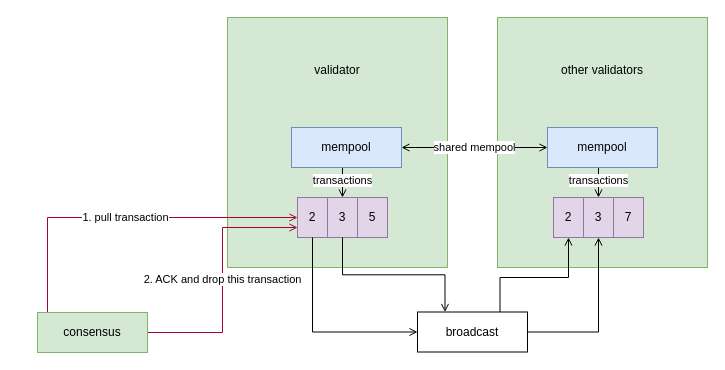
Before: libra-mempool.drawio in abserari/draw.io, a draw.io diagram. Source tidied: cells renumbered, new cells numbered last; positions are measured from the earlier drawing's top-left corner, leaving out a move shared by most shapes. Both pictures are drawn from the tidied source at 100%, with x=0, y=0 at pixel (37, 17).
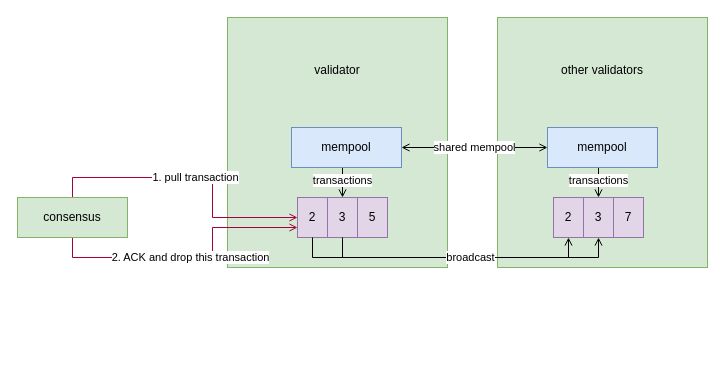
After the change.

The change refers to these unchanged cells:
```xml
<mxCell id="8" value="2" style="rounded=0;whiteSpace=wrap;html=1;fillColor=#e1d5e7;strokeColor=#9673a6;" parent="7" vertex="1">
  <mxGeometry width="30" height="40" as="geometry" />
</mxCell>
<mxCell id="9" value="3" style="rounded=0;whiteSpace=wrap;html=1;fillColor=#e1d5e7;strokeColor=#9673a6;" parent="7" vertex="1">
  <mxGeometry x="30" width="30" height="40" as="geometry" />
</mxCell>
<mxCell id="22" value="2" style="rounded=0;whiteSpace=wrap;html=1;fillColor=#e1d5e7;strokeColor=#9673a6;" parent="21" vertex="1">
  <mxGeometry width="30" height="40" as="geometry" />
</mxCell>
<mxCell id="23" value="3" style="rounded=0;whiteSpace=wrap;html=1;fillColor=#e1d5e7;strokeColor=#9673a6;" parent="21" vertex="1">
  <mxGeometry x="30" width="30" height="40" as="geometry" />
</mxCell>
```

Diff of the diagram source:
```diff
@@
-    <mxCell id="11" style="edgeStyle=orthogonalEdgeStyle;rounded=0;jettySize=auto;html=1;exitX=0.5;exitY=1;exitDx=0;exitDy=0;endArrow=open;endFill=0;entryX=0;entryY=0.5;entryDx=0;entryDy=0;" parent="1" edge="1" source="8" target="15">
+    <mxCell id="11" style="edgeStyle=orthogonalEdgeStyle;rounded=0;jettySize=auto;html=1;exitX=0.5;exitY=1;exitDx=0;exitDy=0;endArrow=open;endFill=0;entryX=0.5;entryY=1;entryDx=0;entryDy=0;" parent="1" edge="1" source="8" target="22">
       <mxGeometry relative="1" as="geometry" />
     </mxCell>
-    <mxCell id="12" style="edgeStyle=orthogonalEdgeStyle;rounded=0;jettySize=auto;html=1;exitX=0.5;exitY=1;exitDx=0;exitDy=0;endArrow=open;endFill=0;entryX=0.25;entryY=0;entryDx=0;entryDy=0;" parent="1" edge="1" source="9" target="15">
-      <mxGeometry relative="1" as="geometry" />
-    </mxCell>
-    <mxCell id="13" style="edgeStyle=orthogonalEdgeStyle;rounded=0;jettySize=auto;html=1;exitX=0.75;exitY=0;exitDx=0;exitDy=0;entryX=0.5;entryY=1;entryDx=0;entryDy=0;endArrow=open;endFill=0;" parent="1" edge="1" source="15" target="22">
-      <mxGeometry relative="1" as="geometry">
-        <Array as="points">
-          <mxPoint x="463" y="260" />
-          <mxPoint x="531" y="260" />
-        </Array>
-      </mxGeometry>
-    </mxCell>
-    <mxCell id="14" style="edgeStyle=orthogonalEdgeStyle;rounded=0;jettySize=auto;html=1;exitX=1;exitY=0.5;exitDx=0;exitDy=0;entryX=0.5;entryY=1;entryDx=0;entryDy=0;endArrow=open;endFill=0;" parent="1" edge="1" source="15" target="23">
-      <mxGeometry relative="1" as="geometry" />
-    </mxCell>
-    <mxCell id="15" value="broadcast" style="rounded=0;whiteSpace=wrap;html=1;" parent="1" vertex="1">
-      <mxGeometry x="380" y="294.5" width="110" height="40" as="geometry" />
-    </mxCell>
-    <mxCell id="16" value="1. pull transaction" style="edgeStyle=orthogonalEdgeStyle;rounded=0;jettySize=auto;html=1;exitX=0.091;exitY=0;exitDx=0;exitDy=0;startArrow=none;startFill=0;endArrow=open;endFill=0;exitPerimeter=0;fillColor=#d80073;strokeColor=#A50040;entryX=0;entryY=0.5;entryDx=0;entryDy=0;" parent="1" edge="1" source="18" target="8">
+    <mxCell id="16" value="1. pull transaction" style="edgeStyle=orthogonalEdgeStyle;rounded=0;jettySize=auto;html=1;exitX=0.5;exitY=0;exitDx=0;exitDy=0;startArrow=none;startFill=0;endArrow=open;endFill=0;fillColor=#d80073;strokeColor=#A50040;entryX=0;entryY=0.5;entryDx=0;entryDy=0;" parent="1" edge="1" source="18" target="8">
       <mxGeometry relative="1" as="geometry" />
     </mxCell>
-    <mxCell id="17" value="2. ACK and drop this transaction" style="edgeStyle=orthogonalEdgeStyle;rounded=0;jettySize=auto;html=1;exitX=1;exitY=0.5;exitDx=0;exitDy=0;entryX=0;entryY=0.75;entryDx=0;entryDy=0;startArrow=none;startFill=0;endArrow=open;endFill=0;fillColor=#d80073;strokeColor=#A50040;" parent="1" edge="1" source="18" target="8">
+    <mxCell id="17" value="2. ACK and drop this transaction" style="edgeStyle=orthogonalEdgeStyle;rounded=0;jettySize=auto;html=1;exitX=0.5;exitY=1;exitDx=0;exitDy=0;entryX=0;entryY=0.75;entryDx=0;entryDy=0;startArrow=none;startFill=0;endArrow=open;endFill=0;fillColor=#d80073;strokeColor=#A50040;" parent="1" edge="1" source="18" target="8">
       <mxGeometry relative="1" as="geometry" />
     </mxCell>
     <mxCell id="18" value="consensus" style="rounded=0;whiteSpace=wrap;html=1;fillColor=#d5e8d4;strokeColor=#82b366;" parent="1" vertex="1">
-      <mxGeometry y="295" width="110" height="40" as="geometry" />
+      <mxGeometry x="-20" y="180" width="110" height="40" as="geometry" />
     </mxCell>
@@
+    <mxCell id="15" value="broadcast" style="edgeStyle=orthogonalEdgeStyle;rounded=0;jettySize=auto;html=1;exitX=0.5;exitY=1;exitDx=0;exitDy=0;entryX=0.5;entryY=1;entryDx=0;entryDy=0;startArrow=none;startFill=0;endArrow=open;endFill=0;" parent="1" edge="1" source="9" target="23">
+      <mxGeometry relative="1" as="geometry" />
+    </mxCell>
```
